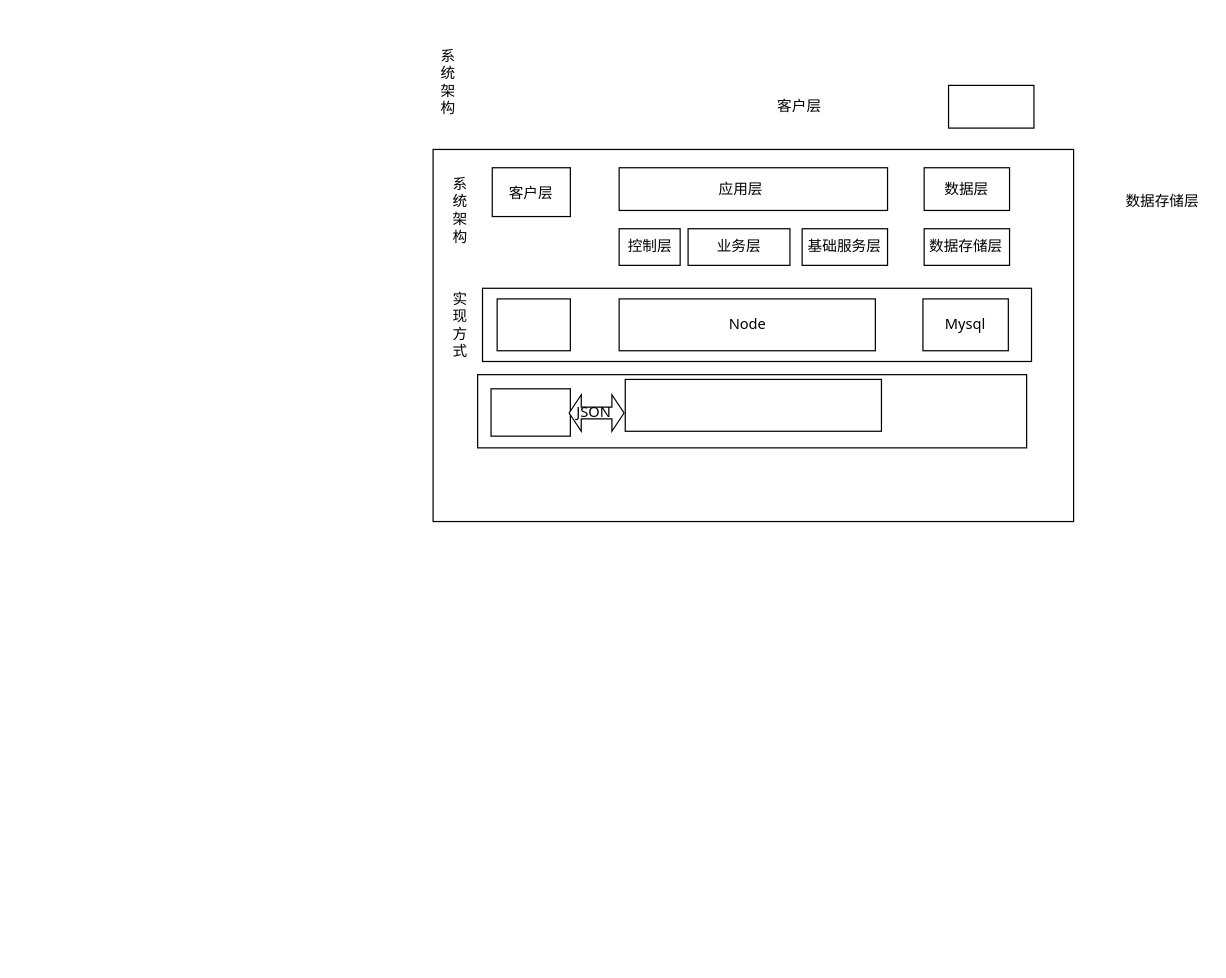
Above: 未命名绘图.drawio in zhangbendan/DrawRepoesitory (draw.io), before the change. Source tidied: cells renumbered, new cells numbered last; positions are measured from the earlier drawing's top-left corner, leaving out a move shared by most shapes. Both pictures are drawn from the tidied source at 122%, with x=0, y=0 at pixel (433, 39).
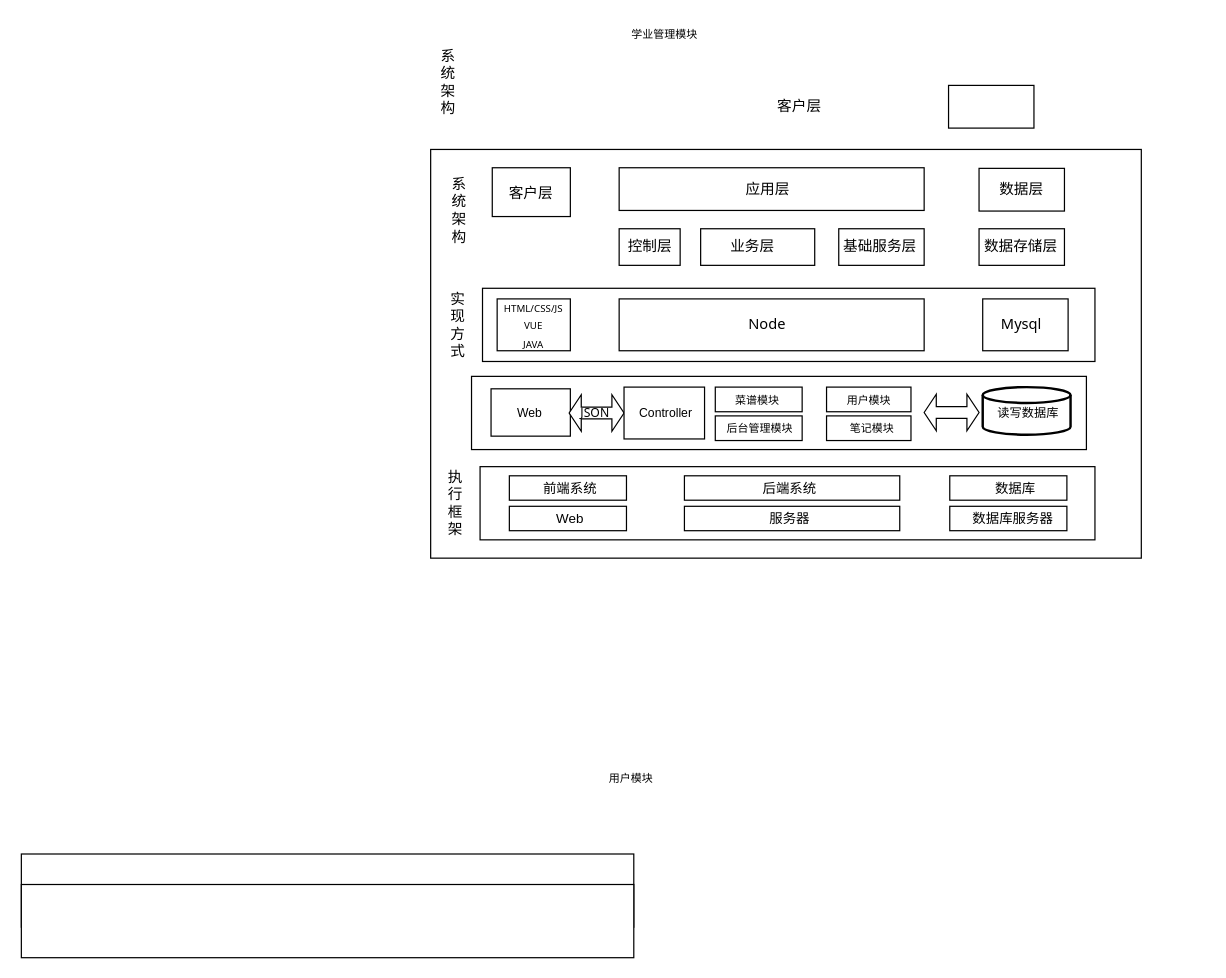
Above is the later version.

Commit message:
更新未命名绘图.drawio

What changed in the source:
```diff
@@
     <mxCell id="2" style="rounded=0;whiteSpace=wrap;html=1;" parent="1" vertex="1">
-      <mxGeometry x="-0.5" y="90" width="525" height="305" as="geometry" />
+      <mxGeometry x="-2.5" y="90" width="582.5" height="335" as="geometry" />
     </mxCell>
@@
     <mxCell id="7" style="rounded=0;whiteSpace=wrap;html=1;" parent="1" vertex="1">
-      <mxGeometry x="152" y="105" width="220" height="35" as="geometry" />
+      <mxGeometry x="152" y="105" width="250" height="35" as="geometry" />
     </mxCell>
     <mxCell id="8" style="rounded=0;whiteSpace=wrap;html=1;" parent="1" vertex="1">
-      <mxGeometry x="402" y="105" width="70" height="35" as="geometry" />
+      <mxGeometry x="447" y="105.5" width="70" height="35" as="geometry" />
     </mxCell>
@@
     <mxCell id="10" style="rounded=0;whiteSpace=wrap;html=1;" parent="1" vertex="1">
-      <mxGeometry x="208.5" y="155" width="83.5" height="30" as="geometry" />
+      <mxGeometry x="218.8" y="155" width="93.5" height="30" as="geometry" />
     </mxCell>
     <mxCell id="11" style="rounded=0;whiteSpace=wrap;html=1;" parent="1" vertex="1">
-      <mxGeometry x="302" y="155" width="70" height="30" as="geometry" />
+      <mxGeometry x="332" y="155" width="70" height="30" as="geometry" />
     </mxCell>
     <mxCell id="12" style="rounded=0;whiteSpace=wrap;html=1;" parent="1" vertex="1">
-      <mxGeometry x="402" y="155" width="70" height="30" as="geometry" />
+      <mxGeometry x="447" y="155" width="70" height="30" as="geometry" />
     </mxCell>
@@
     <mxCell id="14" value="应用层" style="text;html=1;align=center;verticalAlign=middle;whiteSpace=wrap;rounded=0;" parent="1" vertex="1">
-      <mxGeometry x="217" y="107.5" width="70" height="30" as="geometry" />
+      <mxGeometry x="239" y="107.5" width="70" height="30" as="geometry" />
     </mxCell>
     <mxCell id="15" value="系统架构" style="text;html=1;align=center;verticalAlign=middle;whiteSpace=wrap;rounded=0;" parent="1" vertex="1">
-      <mxGeometry x="12" y="105" width="20" height="70" as="geometry" />
+      <mxGeometry x="11" y="105" width="20" height="70" as="geometry" />
     </mxCell>
     <mxCell id="16" style="rounded=0;whiteSpace=wrap;html=1;" parent="1" vertex="1">
-      <mxGeometry x="40" y="203.8" width="450" height="60" as="geometry" />
+      <mxGeometry x="40" y="203.8" width="502" height="60" as="geometry" />
     </mxCell>
@@
     <mxCell id="18" style="rounded=0;whiteSpace=wrap;html=1;" parent="1" vertex="1">
-      <mxGeometry x="152" y="212.5" width="210" height="42.5" as="geometry" />
+      <mxGeometry x="152" y="212.5" width="250" height="42.5" as="geometry" />
     </mxCell>
     <mxCell id="19" style="rounded=0;whiteSpace=wrap;html=1;" parent="1" vertex="1">
-      <mxGeometry x="401" y="212.5" width="70" height="42.5" as="geometry" />
+      <mxGeometry x="450" y="212.5" width="70" height="42.5" as="geometry" />
     </mxCell>
     <mxCell id="20" value="数据层" style="text;html=1;align=center;verticalAlign=middle;whiteSpace=wrap;rounded=0;" parent="1" vertex="1">
-      <mxGeometry x="402" y="107.5" width="70" height="30" as="geometry" />
+      <mxGeometry x="447" y="108" width="70" height="30" as="geometry" />
     </mxCell>
@@
     <mxCell id="22" value="业务层" style="text;html=1;align=center;verticalAlign=middle;whiteSpace=wrap;rounded=0;" parent="1" vertex="1">
-      <mxGeometry x="221.8" y="155" width="56.5" height="30" as="geometry" />
+      <mxGeometry x="232.8" y="155" width="56.5" height="30" as="geometry" />
     </mxCell>
     <mxCell id="23" value="基础服务层" style="text;html=1;align=center;verticalAlign=middle;whiteSpace=wrap;rounded=0;" parent="1" vertex="1">
-      <mxGeometry x="302" y="155" width="70" height="30" as="geometry" />
+      <mxGeometry x="331" y="155" width="70" height="30" as="geometry" />
     </mxCell>
     <mxCell id="24" value="数据存储层" style="text;html=1;align=center;verticalAlign=middle;whiteSpace=wrap;rounded=0;" parent="1" vertex="1">
-      <mxGeometry x="401" y="162.5" width="71" height="15" as="geometry" />
+      <mxGeometry x="446" y="162.5" width="71" height="15" as="geometry" />
     </mxCell>
-    <mxCell id="25" value="&lt;font face=&quot;Tahoma&quot;&gt;数据存储层&lt;/font&gt;" style="text;html=1;align=center;verticalAlign=middle;whiteSpace=wrap;rounded=0;" parent="1" vertex="1">
-      <mxGeometry x="562" y="125" width="71" height="15" as="geometry" />
-    </mxCell>
     <mxCell id="26" value="实现方式" style="text;html=1;align=center;verticalAlign=middle;whiteSpace=wrap;rounded=0;" parent="1" vertex="1">
-      <mxGeometry x="12" y="198.8" width="20" height="70" as="geometry" />
+      <mxGeometry x="10" y="198.8" width="20" height="70" as="geometry" />
     </mxCell>
     <mxCell id="27" style="rounded=0;whiteSpace=wrap;html=1;" parent="1" vertex="1">
-      <mxGeometry x="36" y="274.6" width="450" height="60" as="geometry" />
+      <mxGeometry x="31" y="276" width="504" height="60" as="geometry" />
     </mxCell>
@@
-    <mxCell id="30" value="&lt;font face=&quot;Tahoma&quot;&gt;JSON&lt;/font&gt;" style="text;html=1;align=center;verticalAlign=middle;whiteSpace=wrap;rounded=0;" parent="1" vertex="1">
-      <mxGeometry x="109.5" y="303.2" width="42.5" height="5.6" as="geometry" />
+    <mxCell id="30" value="&lt;font style=&quot;font-size: 10px;&quot; face=&quot;Tahoma&quot;&gt;JSON&lt;/font&gt;" style="text;html=1;align=center;verticalAlign=middle;whiteSpace=wrap;rounded=0;" parent="1" vertex="1">
+      <mxGeometry x="111" y="302.8" width="42.5" height="5.6" as="geometry" />
     </mxCell>
     <mxCell id="31" style="rounded=0;whiteSpace=wrap;html=1;" parent="1" vertex="1">
-      <mxGeometry x="157" y="278.5" width="210" height="42.5" as="geometry" />
+      <mxGeometry x="156" y="284.8" width="66" height="42.5" as="geometry" />
     </mxCell>
     <mxCell id="32" value="&lt;font face=&quot;Tahoma&quot;&gt;Node&lt;/font&gt;" style="text;html=1;align=center;verticalAlign=middle;whiteSpace=wrap;rounded=0;" parent="1" vertex="1">
-      <mxGeometry x="221.8" y="226.2" width="71" height="15" as="geometry" />
+      <mxGeometry x="237.8" y="226.2" width="71" height="15" as="geometry" />
     </mxCell>
     <mxCell id="33" value="&lt;font face=&quot;Tahoma&quot;&gt;Mysql&lt;/font&gt;" style="text;html=1;align=center;verticalAlign=middle;whiteSpace=wrap;rounded=0;" parent="1" vertex="1">
-      <mxGeometry x="400" y="226.2" width="72" height="15" as="geometry" />
+      <mxGeometry x="450.5" y="226.2" width="62" height="15" as="geometry" />
     </mxCell>
+    <mxCell id="34" value="&lt;font style=&quot;font-size: 8px;&quot; face=&quot;Tahoma&quot;&gt;HTML/CSS/JS&lt;br&gt;VUE&lt;br&gt;JAVA&lt;/font&gt;" style="text;html=1;align=center;verticalAlign=middle;whiteSpace=wrap;rounded=0;" parent="1" vertex="1">
+      <mxGeometry x="62" y="233.8" width="40" as="geometry" />
+    </mxCell>
+    <mxCell id="35" style="rounded=0;whiteSpace=wrap;html=1;" parent="1" vertex="1">
+      <mxGeometry x="230.8" y="284.8" width="71.2" height="20.2" as="geometry" />
+    </mxCell>
+    <mxCell id="36" style="shape=doubleArrow;whiteSpace=wrap;html=1;arrowWidth=0.31644551668677595;arrowSize=0.22083333333333285;" parent="1" vertex="1">
+      <mxGeometry x="402" y="290.6" width="45" height="30" as="geometry" />
+    </mxCell>
+    <mxCell id="25" value="&lt;font style=&quot;font-size: 9px;&quot; face=&quot;Tahoma&quot;&gt;菜谱模块&lt;/font&gt;" style="text;html=1;align=center;verticalAlign=middle;whiteSpace=wrap;rounded=0;" parent="1" vertex="1">
+      <mxGeometry x="240.4" y="288.9" width="50.8" height="12" as="geometry" />
+    </mxCell>
+    <mxCell id="37" value="&lt;font style=&quot;font-size: 9px;&quot; face=&quot;Tahoma&quot;&gt;学业管理模块&lt;/font&gt;" style="text;html=1;align=center;verticalAlign=middle;whiteSpace=wrap;rounded=0;" parent="1" vertex="1">
+      <mxGeometry x="156.8" y="-15" width="65" height="20" as="geometry" />
+    </mxCell>
+    <mxCell id="38" value="&lt;font style=&quot;font-size: 10px;&quot;&gt;Controller&lt;/font&gt;" style="text;html=1;align=center;verticalAlign=middle;whiteSpace=wrap;rounded=0;" parent="1" vertex="1">
+      <mxGeometry x="153.5" y="290.6" width="73.2" height="30" as="geometry" />
+    </mxCell>
+    <mxCell id="39" value="&lt;font style=&quot;font-size: 10px;&quot;&gt;Web&lt;/font&gt;" style="text;html=1;align=center;verticalAlign=middle;whiteSpace=wrap;rounded=0;" parent="1" vertex="1">
+      <mxGeometry x="44" y="291" width="70" height="30" as="geometry" />
+    </mxCell>
+    <mxCell id="40" style="strokeWidth=2;html=1;shape=mxgraph.flowchart.database;whiteSpace=wrap;" parent="1" vertex="1">
+      <mxGeometry x="450" y="284.8" width="72" height="39" as="geometry" />
+    </mxCell>
+    <mxCell id="41" value="&lt;font size=&quot;1&quot; face=&quot;Tahoma&quot;&gt;读写数据库&lt;/font&gt;" style="text;html=1;align=center;verticalAlign=middle;whiteSpace=wrap;rounded=0;" parent="1" vertex="1">
+      <mxGeometry x="454.5" y="296" width="65" height="20" as="geometry" />
+    </mxCell>
+    <mxCell id="42" style="rounded=0;whiteSpace=wrap;html=1;" parent="1" vertex="1">
+      <mxGeometry x="38" y="350" width="504" height="60" as="geometry" />
+    </mxCell>
+    <mxCell id="43" style="rounded=0;whiteSpace=wrap;html=1;" parent="1" vertex="1">
+      <mxGeometry x="-338" y="667.5" width="502" height="60" as="geometry" />
+    </mxCell>
+    <mxCell id="44" style="rounded=0;whiteSpace=wrap;html=1;" parent="1" vertex="1">
+      <mxGeometry x="62" y="357.5" width="96" height="20" as="geometry" />
+    </mxCell>
+    <mxCell id="45" style="rounded=0;whiteSpace=wrap;html=1;" parent="1" vertex="1">
+      <mxGeometry x="-338" y="692.5" width="502" height="60" as="geometry" />
+    </mxCell>
+    <mxCell id="46" style="rounded=0;whiteSpace=wrap;html=1;" parent="1" vertex="1">
+      <mxGeometry x="62" y="382.5" width="96" height="20" as="geometry" />
+    </mxCell>
+    <mxCell id="47" style="rounded=0;whiteSpace=wrap;html=1;" parent="1" vertex="1">
+      <mxGeometry x="423" y="357.5" width="96" height="20" as="geometry" />
+    </mxCell>
+    <mxCell id="48" style="rounded=0;whiteSpace=wrap;html=1;" parent="1" vertex="1">
+      <mxGeometry x="423" y="382.5" width="96" height="20" as="geometry" />
+    </mxCell>
+    <mxCell id="49" style="rounded=0;whiteSpace=wrap;html=1;" parent="1" vertex="1">
+      <mxGeometry x="205.5" y="357.5" width="176.5" height="20" as="geometry" />
+    </mxCell>
+    <mxCell id="50" style="rounded=0;whiteSpace=wrap;html=1;" parent="1" vertex="1">
+      <mxGeometry x="205.5" y="382.5" width="176.5" height="20" as="geometry" />
+    </mxCell>
+    <mxCell id="51" value="执行框架" style="text;html=1;align=center;verticalAlign=middle;whiteSpace=wrap;rounded=0;" parent="1" vertex="1">
+      <mxGeometry x="8" y="345" width="20" height="70" as="geometry" />
+    </mxCell>
+    <mxCell id="52" style="rounded=0;whiteSpace=wrap;html=1;" parent="1" vertex="1">
+      <mxGeometry x="230.8" y="308.4" width="71.2" height="20.2" as="geometry" />
+    </mxCell>
+    <mxCell id="53" value="&lt;font style=&quot;font-size: 9px;&quot; face=&quot;Tahoma&quot;&gt;后台管理模块&lt;/font&gt;" style="text;html=1;align=center;verticalAlign=middle;whiteSpace=wrap;rounded=0;" parent="1" vertex="1">
+      <mxGeometry x="232.8" y="311.6" width="69.2" height="13.1" as="geometry" />
+    </mxCell>
+    <mxCell id="54" style="rounded=0;whiteSpace=wrap;html=1;" parent="1" vertex="1">
+      <mxGeometry x="322" y="284.8" width="69.2" height="20.2" as="geometry" />
+    </mxCell>
+    <mxCell id="55" value="&lt;font style=&quot;font-size: 9px;&quot; face=&quot;Tahoma&quot;&gt;用户模块&lt;/font&gt;" style="text;html=1;align=center;verticalAlign=middle;whiteSpace=wrap;rounded=0;" parent="1" vertex="1">
+      <mxGeometry x="322" y="284.8" width="70" height="20" as="geometry" />
+    </mxCell>
+    <mxCell id="56" style="rounded=0;whiteSpace=wrap;html=1;" parent="1" vertex="1">
+      <mxGeometry x="322" y="308.4" width="69.2" height="20.2" as="geometry" />
+    </mxCell>
+    <mxCell id="57" value="&lt;font style=&quot;font-size: 9px;&quot; face=&quot;Tahoma&quot;&gt;笔记模块&lt;/font&gt;" style="text;html=1;align=center;verticalAlign=middle;whiteSpace=wrap;rounded=0;" parent="1" vertex="1">
+      <mxGeometry x="327" y="308.1" width="65" height="20" as="geometry" />
+    </mxCell>
+    <mxCell id="58" value="&lt;font style=&quot;font-size: 9px;&quot; face=&quot;Tahoma&quot;&gt;用户模块&lt;/font&gt;" style="text;html=1;align=center;verticalAlign=middle;whiteSpace=wrap;rounded=0;" parent="1" vertex="1">
+      <mxGeometry x="127" y="594.8" width="70" height="20" as="geometry" />
+    </mxCell>
+    <mxCell id="59" value="&lt;blockquote style=&quot;margin: 0 0 0 40px; border: none; padding: 0px;&quot;&gt;&lt;font style=&quot;font-size: 11px;&quot;&gt;前端系统&lt;/font&gt;&lt;/blockquote&gt;" style="text;html=1;align=center;verticalAlign=middle;whiteSpace=wrap;rounded=0;" parent="1" vertex="1">
+      <mxGeometry x="47" y="355" width="90" height="25" as="geometry" />
+    </mxCell>
+    <mxCell id="60" value="&lt;blockquote style=&quot;margin: 0 0 0 40px; border: none; padding: 0px;&quot;&gt;&lt;span style=&quot;font-size: 11px;&quot;&gt;Web&lt;/span&gt;&lt;/blockquote&gt;" style="text;html=1;align=center;verticalAlign=middle;whiteSpace=wrap;rounded=0;" parent="1" vertex="1">
+      <mxGeometry x="47" y="380" width="90" height="25" as="geometry" />
+    </mxCell>
+    <mxCell id="61" value="&lt;blockquote style=&quot;margin: 0 0 0 40px; border: none; padding: 0px;&quot;&gt;&lt;span style=&quot;font-size: 11px;&quot;&gt;服务器&lt;/span&gt;&lt;/blockquote&gt;" style="text;html=1;align=center;verticalAlign=middle;whiteSpace=wrap;rounded=0;" parent="1" vertex="1">
+      <mxGeometry x="226.8" y="380" width="90" height="25" as="geometry" />
+    </mxCell>
+    <mxCell id="62" value="&lt;blockquote style=&quot;margin: 0 0 0 40px; border: none; padding: 0px;&quot;&gt;&lt;font style=&quot;font-size: 11px;&quot;&gt;后端系统&lt;/font&gt;&lt;/blockquote&gt;" style="text;html=1;align=center;verticalAlign=middle;whiteSpace=wrap;rounded=0;" parent="1" vertex="1">
+      <mxGeometry x="226.8" y="355" width="90" height="25" as="geometry" />
+    </mxCell>
+    <mxCell id="63" value="&lt;blockquote style=&quot;margin: 0 0 0 40px; border: none; padding: 0px;&quot;&gt;&lt;span style=&quot;font-size: 11px;&quot;&gt;数据库&lt;/span&gt;&lt;/blockquote&gt;" style="text;html=1;align=center;verticalAlign=middle;whiteSpace=wrap;rounded=0;" parent="1" vertex="1">
+      <mxGeometry x="412" y="355" width="90" height="25" as="geometry" />
+    </mxCell>
+    <mxCell id="64" value="&lt;blockquote style=&quot;margin: 0 0 0 40px; border: none; padding: 0px;&quot;&gt;&lt;font style=&quot;font-size: 11px;&quot;&gt;数据库服务器&lt;/font&gt;&lt;/blockquote&gt;" style="text;html=1;align=center;verticalAlign=middle;whiteSpace=wrap;rounded=0;" parent="1" vertex="1">
+      <mxGeometry x="400" y="380" width="110" height="25" as="geometry" />
+    </mxCell>
```
